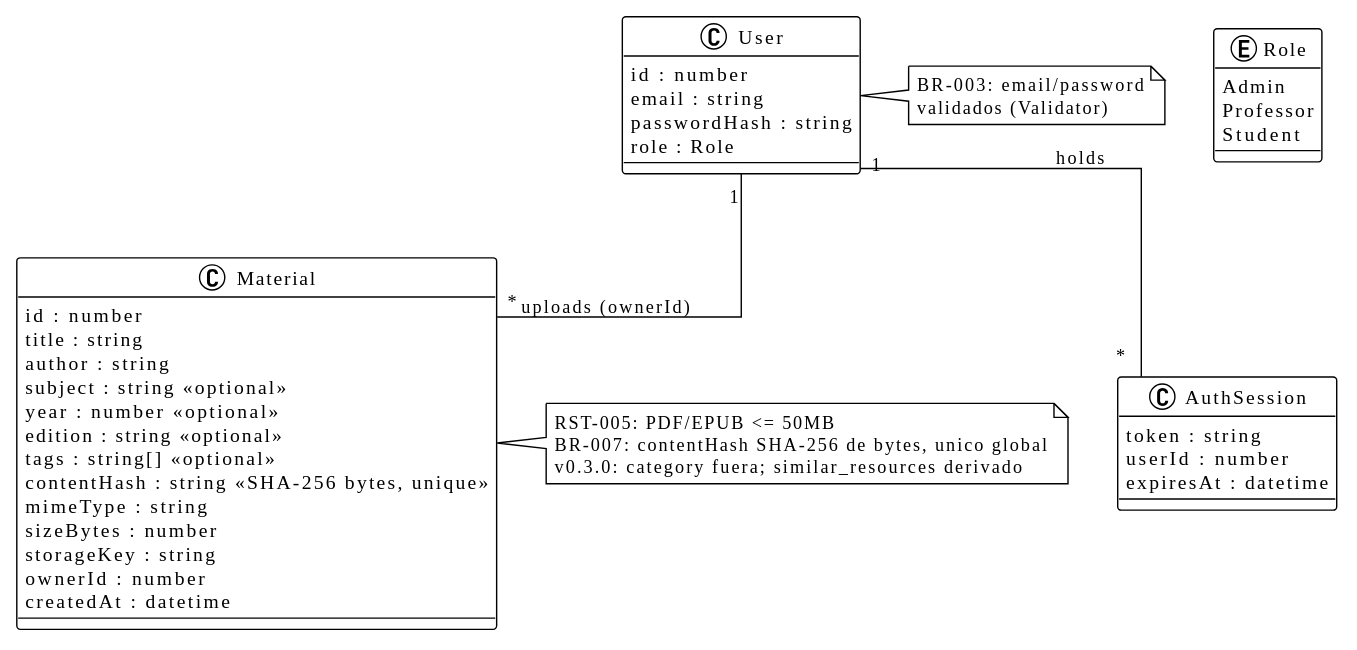
Above: 2026-09-29-laboratorio-bibliotech/docs/02-requirements/conceptual-model.svg in estebanmatias92/tecnicatura-practicas-profesionalizantes-ii (PlantUML), before the change.
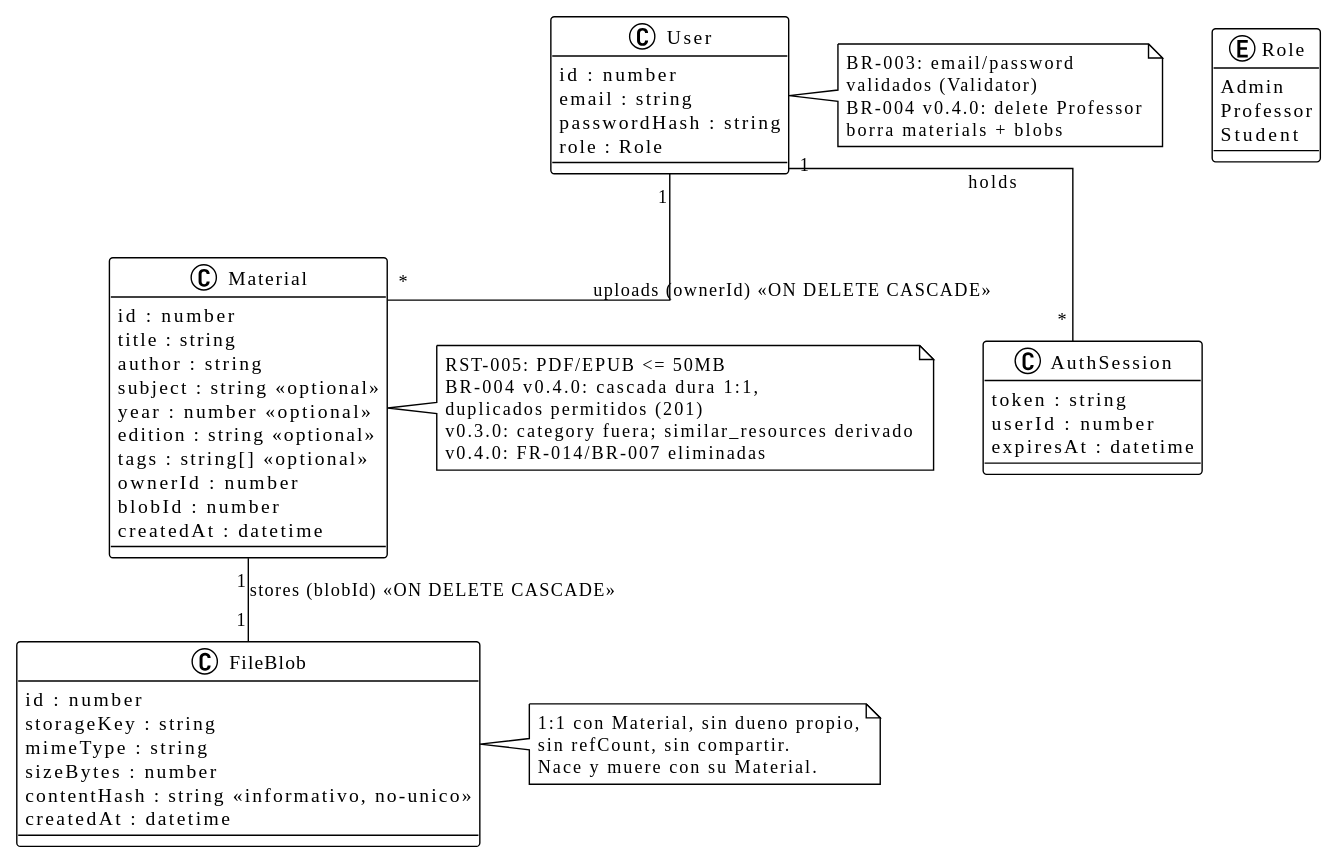
After the change.

The edit, as a diff of the source:
```diff
@@ -23,11 +23,17 @@
   year : number <<optional>>
   edition : string <<optional>>
   tags : string[] <<optional>>
-  contentHash : string <<SHA-256 bytes, unique>>
+  ownerId : number
+  blobId : number
+  createdAt : datetime
+}
+
+class FileBlob {
+  id : number
+  storageKey : string
   mimeType : string
   sizeBytes : number
-  storageKey : string
-  ownerId : number
+  contentHash : string <<informativo, no-unico>>
   createdAt : datetime
 }
 
@@ -37,17 +43,28 @@
   expiresAt : datetime
 }
 
-User "1" -- "*" Material : uploads (ownerId)
+User "1" -- "*" Material : uploads (ownerId) <<ON DELETE CASCADE>>
+Material "1" -- "1" FileBlob : stores (blobId) <<ON DELETE CASCADE>>
 User "1" -- "*" AuthSession : holds
 
 note right of Material
   RST-005: PDF/EPUB <= 50MB
-  BR-007: contentHash SHA-256 de bytes, unico global
+  BR-004 v0.4.0: cascada dura 1:1,
+  duplicados permitidos (201)
   v0.3.0: category fuera; similar_resources derivado
+  v0.4.0: FR-014/BR-007 eliminadas
+end note
+
+note right of FileBlob
+  1:1 con Material, sin dueno propio,
+  sin refCount, sin compartir.
+  Nace y muere con su Material.
 end note
 
 note right of User
   BR-003: email/password
   validados (Validator)
+  BR-004 v0.4.0: delete Professor
+  borra materials + blobs
 end note
 @enduml
```
